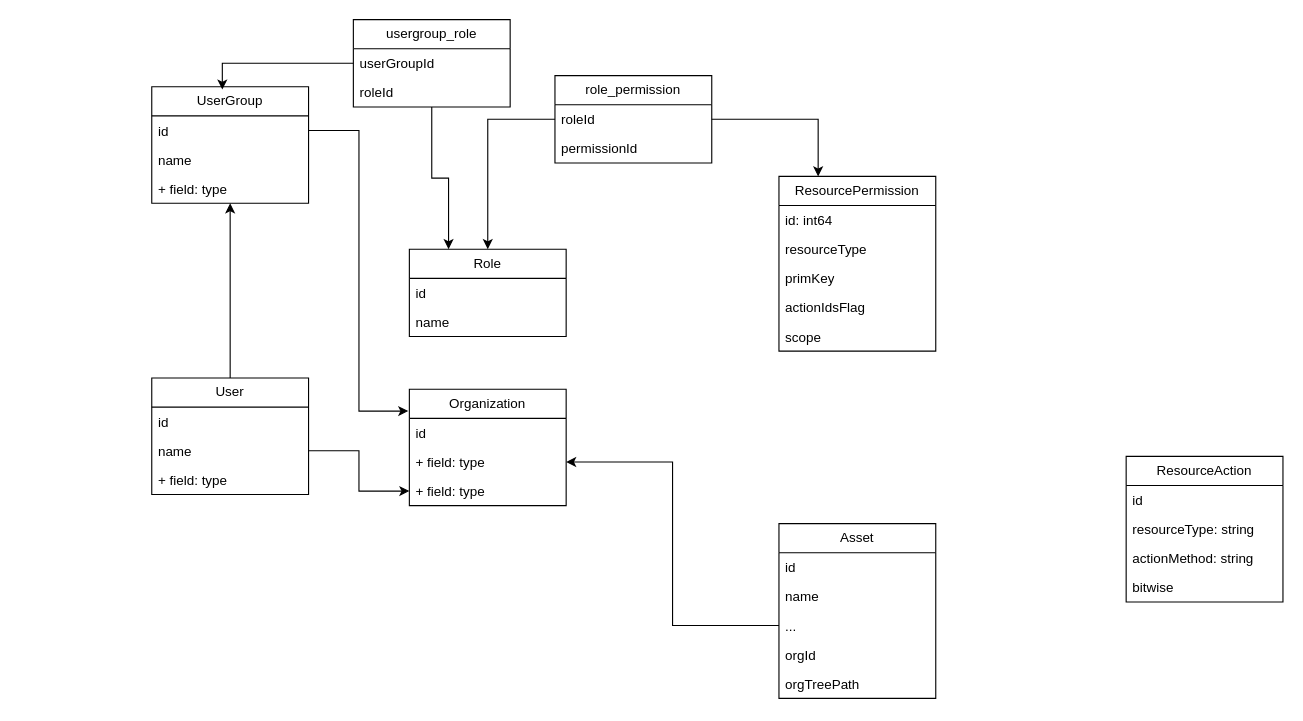
Above: doc/db.drawio in harryng0312/demo-communication (draw.io), before the change. Source tidied: cells renumbered, new cells numbered last; positions are measured from the earlier drawing's top-left corner, leaving out a move shared by most shapes. Both pictures are drawn from the tidied source at 112%, with x=0, y=0 at pixel (151, 19).
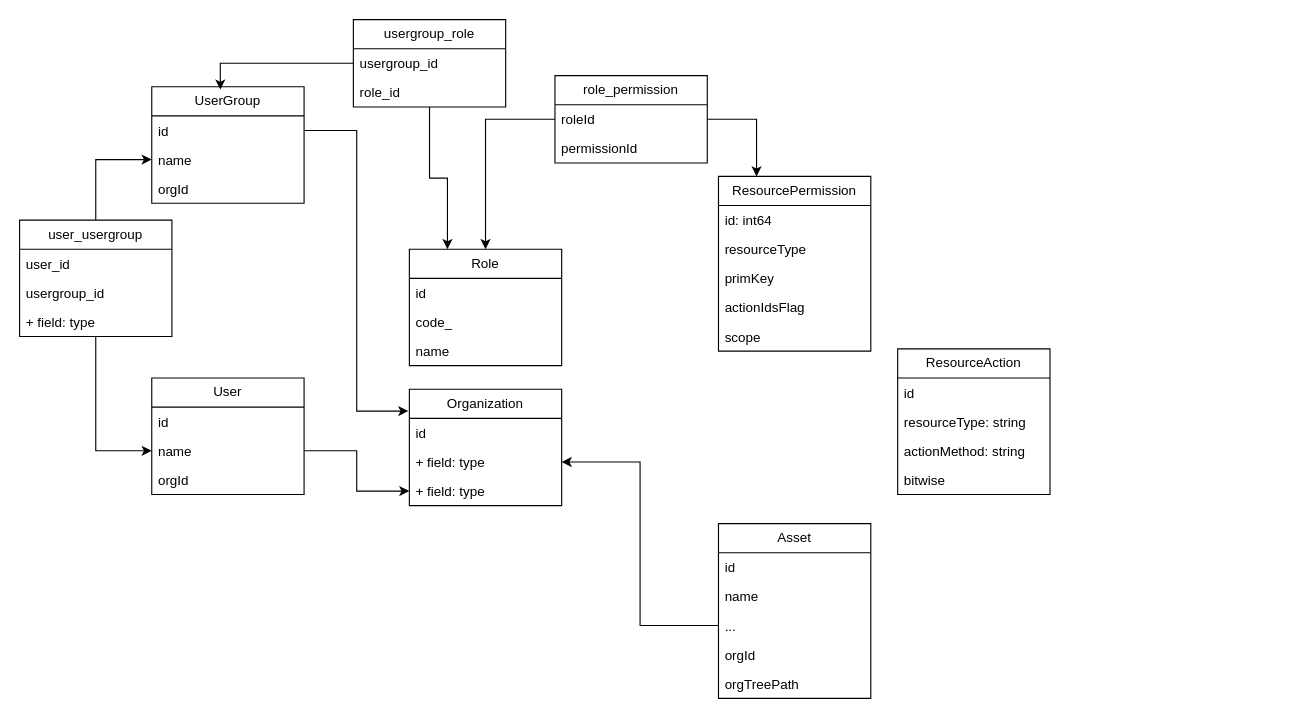
The same page after the edit.

Diff of the diagram source:
```diff
@@
-    <mxCell id="2" style="rounded=0;jettySize=auto;html=1;" parent="1" edge="1" source="3" target="10">
-      <mxGeometry relative="1" as="geometry" />
-    </mxCell>
     <mxCell id="3" value="User" style="swimlane;fontStyle=0;horizontal=1;startSize=26;fillColor=none;whiteSpace=wrap;html=1;" parent="1" vertex="1">
-      <mxGeometry y="320" width="140" height="104" as="geometry" />
+      <mxGeometry y="320" width="136" height="104" as="geometry" />
     </mxCell>
     <mxCell id="4" value="id" style="text;strokeColor=none;fillColor=none;align=left;verticalAlign=top;spacingLeft=4;spacingRight=4;overflow=hidden;whiteSpace=wrap;html=1;" parent="3" vertex="1">
-      <mxGeometry y="26" width="140" height="26" as="geometry" />
+      <mxGeometry y="26" width="136" height="26" as="geometry" />
     </mxCell>
     <mxCell id="5" value="name" style="text;strokeColor=none;fillColor=none;align=left;verticalAlign=top;spacingLeft=4;spacingRight=4;overflow=hidden;points=[[0,0.5],[1,0.5]];portConstraint=eastwest;whiteSpace=wrap;html=1;" parent="3" vertex="1">
-      <mxGeometry y="52" width="140" height="26" as="geometry" />
+      <mxGeometry y="52" width="136" height="26" as="geometry" />
     </mxCell>
-    <mxCell id="6" value="+ field: type" style="text;strokeColor=none;fillColor=none;align=left;verticalAlign=top;spacingLeft=4;spacingRight=4;overflow=hidden;whiteSpace=wrap;html=1;" parent="3" vertex="1">
-      <mxGeometry y="78" width="140" height="26" as="geometry" />
+    <mxCell id="6" value="orgId" style="text;strokeColor=none;fillColor=none;align=left;verticalAlign=top;spacingLeft=4;spacingRight=4;overflow=hidden;whiteSpace=wrap;html=1;" parent="3" vertex="1">
+      <mxGeometry y="78" width="136" height="26" as="geometry" />
     </mxCell>
     <mxCell id="7" value="&lt;span style=&quot;background-color: initial;&quot;&gt;UserGroup&lt;/span&gt;" style="swimlane;fontStyle=0;horizontal=1;startSize=26;fillColor=none;whiteSpace=wrap;html=1;" parent="1" vertex="1">
-      <mxGeometry y="60" width="140" height="104" as="geometry" />
+      <mxGeometry y="60" width="136" height="104" as="geometry" />
     </mxCell>
     <mxCell id="8" value="id" style="text;strokeColor=none;fillColor=none;align=left;verticalAlign=top;spacingLeft=4;spacingRight=4;overflow=hidden;points=[[0,0.5],[1,0.5]];portConstraint=eastwest;whiteSpace=wrap;html=1;" parent="7" vertex="1">
-      <mxGeometry y="26" width="140" height="26" as="geometry" />
+      <mxGeometry y="26" width="136" height="26" as="geometry" />
     </mxCell>
     <mxCell id="9" value="name" style="text;strokeColor=none;fillColor=none;align=left;verticalAlign=top;spacingLeft=4;spacingRight=4;overflow=hidden;points=[[0,0.5],[1,0.5]];portConstraint=eastwest;whiteSpace=wrap;html=1;" parent="7" vertex="1">
-      <mxGeometry y="52" width="140" height="26" as="geometry" />
+      <mxGeometry y="52" width="136" height="26" as="geometry" />
     </mxCell>
-    <mxCell id="10" value="+ field: type" style="text;strokeColor=none;fillColor=none;align=left;verticalAlign=top;spacingLeft=4;spacingRight=4;overflow=hidden;points=[[0,0.5],[1,0.5]];portConstraint=eastwest;whiteSpace=wrap;html=1;" parent="7" vertex="1">
-      <mxGeometry y="78" width="140" height="26" as="geometry" />
+    <mxCell id="10" value="orgId" style="text;strokeColor=none;fillColor=none;align=left;verticalAlign=top;spacingLeft=4;spacingRight=4;overflow=hidden;points=[[0,0.5],[1,0.5]];portConstraint=eastwest;whiteSpace=wrap;html=1;" parent="7" vertex="1">
+      <mxGeometry y="78" width="136" height="26" as="geometry" />
     </mxCell>
     <mxCell id="11" value="Role" style="swimlane;fontStyle=0;horizontal=1;startSize=26;fillColor=none;whiteSpace=wrap;html=1;" parent="1" vertex="1">
-      <mxGeometry x="230" y="205" width="140" height="78" as="geometry" />
+      <mxGeometry x="230" y="205" width="136" height="104" as="geometry" />
     </mxCell>
     <mxCell id="12" value="id" style="text;strokeColor=none;fillColor=none;align=left;verticalAlign=top;spacingLeft=4;spacingRight=4;overflow=hidden;whiteSpace=wrap;html=1;" parent="11" vertex="1">
-      <mxGeometry y="26" width="140" height="26" as="geometry" />
+      <mxGeometry y="26" width="136" height="26" as="geometry" />
     </mxCell>
+    <mxCell id="48" value="code_" style="text;strokeColor=none;fillColor=none;align=left;verticalAlign=top;spacingLeft=4;spacingRight=4;overflow=hidden;whiteSpace=wrap;html=1;" parent="11" vertex="1">
+      <mxGeometry y="52" width="136" height="26" as="geometry" />
+    </mxCell>
     <mxCell id="13" value="name" style="text;strokeColor=none;fillColor=none;align=left;verticalAlign=top;spacingLeft=4;spacingRight=4;overflow=hidden;whiteSpace=wrap;html=1;" parent="11" vertex="1">
-      <mxGeometry y="52" width="140" height="26" as="geometry" />
+      <mxGeometry y="78" width="136" height="26" as="geometry" />
     </mxCell>
     <mxCell id="14" value="ResourcePermission" style="swimlane;fontStyle=0;horizontal=1;startSize=26;fillColor=none;whiteSpace=wrap;html=1;labelBackgroundColor=default;" parent="1" vertex="1">
-      <mxGeometry x="560" y="140" width="140" height="156" as="geometry" />
+      <mxGeometry x="506" y="140" width="136" height="156" as="geometry" />
     </mxCell>
     <mxCell id="15" value="id: int64" style="text;strokeColor=none;fillColor=none;align=left;verticalAlign=top;spacingLeft=4;spacingRight=4;overflow=hidden;whiteSpace=wrap;html=1;" parent="14" vertex="1">
-      <mxGeometry y="26" width="140" height="26" as="geometry" />
+      <mxGeometry y="26" width="136" height="26" as="geometry" />
     </mxCell>
     <mxCell id="16" value="resourceType" style="text;strokeColor=none;fillColor=none;align=left;verticalAlign=top;spacingLeft=4;spacingRight=4;overflow=hidden;whiteSpace=wrap;html=1;" parent="14" vertex="1">
-      <mxGeometry y="52" width="140" height="26" as="geometry" />
+      <mxGeometry y="52" width="136" height="26" as="geometry" />
     </mxCell>
     <mxCell id="17" value="primKey" style="text;strokeColor=none;fillColor=none;align=left;verticalAlign=top;spacingLeft=4;spacingRight=4;overflow=hidden;whiteSpace=wrap;html=1;" parent="14" vertex="1">
-      <mxGeometry y="78" width="140" height="26" as="geometry" />
+      <mxGeometry y="78" width="136" height="26" as="geometry" />
     </mxCell>
     <mxCell id="18" value="actionIdsFlag" style="text;strokeColor=none;fillColor=none;align=left;verticalAlign=top;spacingLeft=4;spacingRight=4;overflow=hidden;whiteSpace=wrap;html=1;" parent="14" vertex="1">
-      <mxGeometry y="104" width="140" height="26" as="geometry" />
+      <mxGeometry y="104" width="136" height="26" as="geometry" />
     </mxCell>
     <mxCell id="19" value="scope" style="text;strokeColor=none;fillColor=none;align=left;verticalAlign=top;spacingLeft=4;spacingRight=4;overflow=hidden;whiteSpace=wrap;html=1;" parent="14" vertex="1">
-      <mxGeometry y="130" width="140" height="26" as="geometry" />
+      <mxGeometry y="130" width="136" height="26" as="geometry" />
     </mxCell>
     <mxCell id="20" value="Asset" style="swimlane;fontStyle=0;horizontal=1;startSize=26;fillColor=none;whiteSpace=wrap;html=1;" parent="1" vertex="1">
-      <mxGeometry x="560" y="450" width="140" height="156" as="geometry" />
+      <mxGeometry x="506" y="450" width="136" height="156" as="geometry" />
     </mxCell>
     <mxCell id="21" value="id" style="text;strokeColor=none;fillColor=none;align=left;verticalAlign=top;spacingLeft=4;spacingRight=4;overflow=hidden;whiteSpace=wrap;html=1;" parent="20" vertex="1">
-      <mxGeometry y="26" width="140" height="26" as="geometry" />
+      <mxGeometry y="26" width="136" height="26" as="geometry" />
     </mxCell>
     <mxCell id="22" value="name" style="text;strokeColor=none;fillColor=none;align=left;verticalAlign=top;spacingLeft=4;spacingRight=4;overflow=hidden;whiteSpace=wrap;html=1;" parent="20" vertex="1">
-      <mxGeometry y="52" width="140" height="26" as="geometry" />
+      <mxGeometry y="52" width="136" height="26" as="geometry" />
     </mxCell>
     <mxCell id="23" value="..." style="text;strokeColor=none;fillColor=none;align=left;verticalAlign=top;spacingLeft=4;spacingRight=4;overflow=hidden;points=[[0,0.5],[1,0.5]];portConstraint=eastwest;whiteSpace=wrap;html=1;" parent="20" vertex="1">
-      <mxGeometry y="78" width="140" height="26" as="geometry" />
+      <mxGeometry y="78" width="136" height="26" as="geometry" />
     </mxCell>
     <mxCell id="24" value="orgId" style="text;strokeColor=none;fillColor=none;align=left;verticalAlign=top;spacingLeft=4;spacingRight=4;overflow=hidden;whiteSpace=wrap;html=1;" parent="20" vertex="1">
-      <mxGeometry y="104" width="140" height="26" as="geometry" />
+      <mxGeometry y="104" width="136" height="26" as="geometry" />
     </mxCell>
     <mxCell id="25" value="orgTreePath" style="text;strokeColor=none;fillColor=none;align=left;verticalAlign=top;spacingLeft=4;spacingRight=4;overflow=hidden;whiteSpace=wrap;html=1;" parent="20" vertex="1">
-      <mxGeometry y="130" width="140" height="26" as="geometry" />
+      <mxGeometry y="130" width="136" height="26" as="geometry" />
     </mxCell>
     <mxCell id="26" value="ResourceAction" style="swimlane;fontStyle=0;horizontal=1;startSize=26;fillColor=none;whiteSpace=wrap;html=1;" parent="1" vertex="1">
-      <mxGeometry x="870" y="390" width="140" height="130" as="geometry" />
+      <mxGeometry x="666" y="294" width="136" height="130" as="geometry" />
     </mxCell>
     <mxCell id="27" value="id" style="text;strokeColor=none;fillColor=none;align=left;verticalAlign=top;spacingLeft=4;spacingRight=4;overflow=hidden;whiteSpace=wrap;html=1;" parent="26" vertex="1">
-      <mxGeometry y="26" width="140" height="26" as="geometry" />
+      <mxGeometry y="26" width="136" height="26" as="geometry" />
     </mxCell>
     <mxCell id="28" value="resourceType: string" style="text;strokeColor=none;fillColor=none;align=left;verticalAlign=top;spacingLeft=4;spacingRight=4;overflow=hidden;whiteSpace=wrap;html=1;" parent="26" vertex="1">
-      <mxGeometry y="52" width="140" height="26" as="geometry" />
+      <mxGeometry y="52" width="136" height="26" as="geometry" />
     </mxCell>
     <mxCell id="29" value="actionMethod: string" style="text;strokeColor=none;fillColor=none;align=left;verticalAlign=top;spacingLeft=4;spacingRight=4;overflow=hidden;whiteSpace=wrap;html=1;" parent="26" vertex="1">
-      <mxGeometry y="78" width="140" height="26" as="geometry" />
+      <mxGeometry y="78" width="136" height="26" as="geometry" />
     </mxCell>
     <mxCell id="30" value="bitwise" style="text;strokeColor=none;fillColor=none;align=left;verticalAlign=top;spacingLeft=4;spacingRight=4;overflow=hidden;whiteSpace=wrap;html=1;" parent="26" vertex="1">
-      <mxGeometry y="104" width="140" height="26" as="geometry" />
+      <mxGeometry y="104" width="136" height="26" as="geometry" />
     </mxCell>
     <mxCell id="31" value="role_permission" style="swimlane;fontStyle=0;horizontal=1;startSize=26;fillColor=none;whiteSpace=wrap;html=1;" parent="1" vertex="1">
-      <mxGeometry x="360" y="50" width="140" height="78" as="geometry" />
+      <mxGeometry x="360" y="50" width="136" height="78" as="geometry" />
     </mxCell>
     <mxCell id="32" value="roleId" style="text;strokeColor=none;fillColor=none;align=left;verticalAlign=top;spacingLeft=4;spacingRight=4;overflow=hidden;points=[[0,0.5],[1,0.5]];portConstraint=eastwest;whiteSpace=wrap;html=1;" parent="31" vertex="1">
-      <mxGeometry y="26" width="140" height="26" as="geometry" />
+      <mxGeometry y="26" width="136" height="26" as="geometry" />
     </mxCell>
     <mxCell id="33" value="permissionId" style="text;strokeColor=none;fillColor=none;align=left;verticalAlign=top;spacingLeft=4;spacingRight=4;overflow=hidden;whiteSpace=wrap;html=1;" parent="31" vertex="1">
-      <mxGeometry y="52" width="140" height="26" as="geometry" />
+      <mxGeometry y="52" width="136" height="26" as="geometry" />
     </mxCell>
@@
     <mxCell id="36" value="Organization" style="swimlane;fontStyle=0;horizontal=1;startSize=26;fillColor=none;whiteSpace=wrap;html=1;" parent="1" vertex="1">
-      <mxGeometry x="230" y="330" width="140" height="104" as="geometry" />
+      <mxGeometry x="230" y="330" width="136" height="104" as="geometry" />
     </mxCell>
     <mxCell id="37" value="id" style="text;strokeColor=none;fillColor=none;align=left;verticalAlign=top;spacingLeft=4;spacingRight=4;overflow=hidden;whiteSpace=wrap;html=1;" parent="36" vertex="1">
-      <mxGeometry y="26" width="140" height="26" as="geometry" />
+      <mxGeometry y="26" width="136" height="26" as="geometry" />
     </mxCell>
     <mxCell id="38" value="+ field: type" style="text;strokeColor=none;fillColor=none;align=left;verticalAlign=top;spacingLeft=4;spacingRight=4;overflow=hidden;points=[[0,0.5],[1,0.5]];portConstraint=eastwest;whiteSpace=wrap;html=1;" parent="36" vertex="1">
-      <mxGeometry y="52" width="140" height="26" as="geometry" />
+      <mxGeometry y="52" width="136" height="26" as="geometry" />
     </mxCell>
     <mxCell id="39" value="+ field: type" style="text;strokeColor=none;fillColor=none;align=left;verticalAlign=top;spacingLeft=4;spacingRight=4;overflow=hidden;points=[[0,0.5],[1,0.5]];portConstraint=eastwest;whiteSpace=wrap;html=1;" parent="36" vertex="1">
-      <mxGeometry y="78" width="140" height="26" as="geometry" />
+      <mxGeometry y="78" width="136" height="26" as="geometry" />
     </mxCell>
@@
     <mxCell id="44" value="usergroup_role" style="swimlane;fontStyle=0;horizontal=1;startSize=26;fillColor=none;whiteSpace=wrap;html=1;" parent="1" vertex="1">
-      <mxGeometry x="180" width="140" height="78" as="geometry" />
+      <mxGeometry x="180" width="136" height="78" as="geometry" />
     </mxCell>
-    <mxCell id="45" value="userGroupId" style="text;strokeColor=none;fillColor=none;align=left;verticalAlign=top;spacingLeft=4;spacingRight=4;overflow=hidden;points=[[0,0.5],[1,0.5]];portConstraint=eastwest;whiteSpace=wrap;html=1;" parent="44" vertex="1">
-      <mxGeometry y="26" width="140" height="26" as="geometry" />
+    <mxCell id="45" value="usergroup_id" style="text;strokeColor=none;fillColor=none;align=left;verticalAlign=top;spacingLeft=4;spacingRight=4;overflow=hidden;points=[[0,0.5],[1,0.5]];portConstraint=eastwest;whiteSpace=wrap;html=1;" parent="44" vertex="1">
+      <mxGeometry y="26" width="136" height="26" as="geometry" />
     </mxCell>
-    <mxCell id="46" value="roleId" style="text;strokeColor=none;fillColor=none;align=left;verticalAlign=top;spacingLeft=4;spacingRight=4;overflow=hidden;whiteSpace=wrap;html=1;" parent="44" vertex="1">
-      <mxGeometry y="52" width="140" height="26" as="geometry" />
+    <mxCell id="46" value="role_id" style="text;strokeColor=none;fillColor=none;align=left;verticalAlign=top;spacingLeft=4;spacingRight=4;overflow=hidden;whiteSpace=wrap;html=1;" parent="44" vertex="1">
+      <mxGeometry y="52" width="136" height="26" as="geometry" />
     </mxCell>
@@
+    <mxCell id="49" style="edgeStyle=orthogonalEdgeStyle;rounded=0;jettySize=auto;html=1;" parent="1" edge="1" source="51" target="9">
+      <mxGeometry relative="1" as="geometry" />
+    </mxCell>
+    <mxCell id="50" style="edgeStyle=orthogonalEdgeStyle;rounded=0;jettySize=auto;html=1;entryX=0;entryY=0.5;entryDx=0;entryDy=0;" parent="1" edge="1" source="51" target="5">
+      <mxGeometry relative="1" as="geometry" />
+    </mxCell>
+    <mxCell id="51" value="user_usergroup" style="swimlane;fontStyle=0;horizontal=1;startSize=26;fillColor=none;whiteSpace=wrap;html=1;" parent="1" vertex="1">
+      <mxGeometry x="-118" y="179" width="136" height="104" as="geometry" />
+    </mxCell>
+    <mxCell id="52" value="user_id" style="text;strokeColor=none;fillColor=none;align=left;verticalAlign=top;spacingLeft=4;spacingRight=4;overflow=hidden;whiteSpace=wrap;html=1;" parent="51" vertex="1">
+      <mxGeometry y="26" width="136" height="26" as="geometry" />
+    </mxCell>
+    <mxCell id="53" value="usergroup_id" style="text;strokeColor=none;fillColor=none;align=left;verticalAlign=top;spacingLeft=4;spacingRight=4;overflow=hidden;whiteSpace=wrap;html=1;" parent="51" vertex="1">
+      <mxGeometry y="52" width="136" height="26" as="geometry" />
+    </mxCell>
+    <mxCell id="54" value="+ field: type" style="text;strokeColor=none;fillColor=none;align=left;verticalAlign=top;spacingLeft=4;spacingRight=4;overflow=hidden;whiteSpace=wrap;html=1;" parent="51" vertex="1">
+      <mxGeometry y="78" width="136" height="26" as="geometry" />
+    </mxCell>
```
